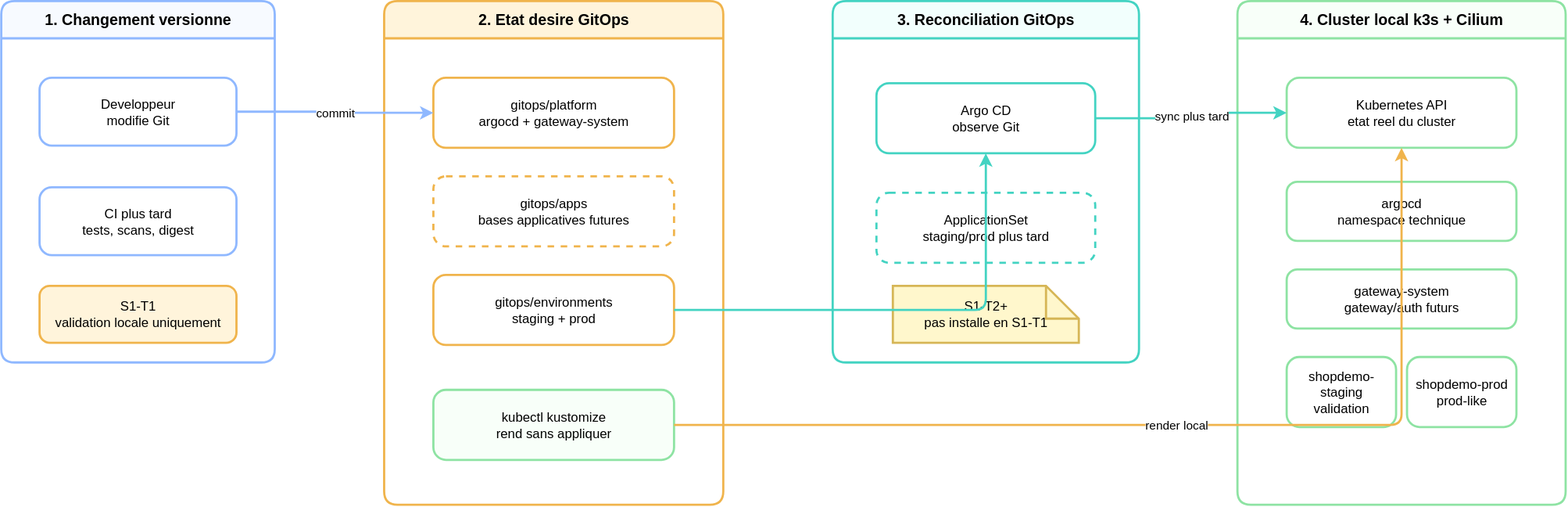
The draw.io diagram docs/diagrams/s1-gitops-local-overview.svg in ClementV78/shop-demo, before a commit. Source tidied: cells renumbered, new cells last; positions are measured from the earlier drawing's top-left corner, leaving out a move shared by most shapes. Source of this version:
```xml
<mxGraphModel>
  <root>
    <mxCell id="0" />
    <mxCell id="1" parent="0" />
    <mxCell id="2" value="1. Changement versionne" style="swimlane;startSize=34;rounded=1;arcSize=12;whiteSpace=wrap;html=1;fontFamily=Helvetica;fontSize=14;fontStyle=1;fillColor=#f7faff;strokeColor=#8fb8ff;strokeWidth=2;" parent="1" vertex="1">
      <mxGeometry width="250" height="330" as="geometry" />
    </mxCell>
    <mxCell id="3" value="Developpeur&#10;modifie Git" style="rounded=1;arcSize=18;whiteSpace=wrap;html=1;fontFamily=Helvetica;fontSize=12;fillColor=#ffffff;strokeColor=#8fb8ff;strokeWidth=2;" parent="2" vertex="1">
      <mxGeometry x="35" y="70" width="180" height="62" as="geometry" />
    </mxCell>
    <mxCell id="4" value="CI plus tard&#10;tests, scans, digest" style="rounded=1;arcSize=18;whiteSpace=wrap;html=1;fontFamily=Helvetica;fontSize=12;fillColor=#ffffff;strokeColor=#8fb8ff;strokeWidth=2;" parent="2" vertex="1">
      <mxGeometry x="35" y="170" width="180" height="62" as="geometry" />
    </mxCell>
    <mxCell id="5" value="S1-T1&#10;validation locale uniquement" style="rounded=1;arcSize=18;whiteSpace=wrap;html=1;fontFamily=Helvetica;fontSize=12;fillColor=#fff4db;strokeColor=#f0b44c;strokeWidth=2;" parent="2" vertex="1">
      <mxGeometry x="35" y="260" width="180" height="52" as="geometry" />
    </mxCell>
    <mxCell id="6" value="2. Etat desire GitOps" style="swimlane;startSize=34;rounded=1;arcSize=12;whiteSpace=wrap;html=1;fontFamily=Helvetica;fontSize=14;fontStyle=1;fillColor=#fff4db;strokeColor=#f0b44c;strokeWidth=2;" parent="1" vertex="1">
      <mxGeometry x="350" width="310" height="460" as="geometry" />
    </mxCell>
    <mxCell id="7" value="gitops/platform&#10;argocd + gateway-system" style="rounded=1;arcSize=18;whiteSpace=wrap;html=1;fontFamily=Helvetica;fontSize=12;fillColor=#ffffff;strokeColor=#f0b44c;strokeWidth=2;" parent="6" vertex="1">
      <mxGeometry x="45" y="70" width="220" height="64" as="geometry" />
    </mxCell>
    <mxCell id="8" value="gitops/apps&#10;bases applicatives futures" style="rounded=1;arcSize=18;dashed=1;whiteSpace=wrap;html=1;fontFamily=Helvetica;fontSize=12;fillColor=#ffffff;strokeColor=#f0b44c;strokeWidth=2;" parent="6" vertex="1">
      <mxGeometry x="45" y="160" width="220" height="64" as="geometry" />
    </mxCell>
    <mxCell id="9" value="gitops/environments&#10;staging + prod" style="rounded=1;arcSize=18;whiteSpace=wrap;html=1;fontFamily=Helvetica;fontSize=12;fillColor=#ffffff;strokeColor=#f0b44c;strokeWidth=2;" parent="6" vertex="1">
      <mxGeometry x="45" y="250" width="220" height="64" as="geometry" />
    </mxCell>
    <mxCell id="10" value="kubectl kustomize&#10;rend sans appliquer" style="rounded=1;arcSize=18;whiteSpace=wrap;html=1;fontFamily=Helvetica;fontSize=12;fillColor=#f8fff9;strokeColor=#8ee3a3;strokeWidth=2;" parent="6" vertex="1">
      <mxGeometry x="45" y="355" width="220" height="64" as="geometry" />
    </mxCell>
    <mxCell id="11" value="3. Reconciliation GitOps" style="swimlane;startSize=34;rounded=1;arcSize=12;whiteSpace=wrap;html=1;fontFamily=Helvetica;fontSize=14;fontStyle=1;fillColor=#f2fffd;strokeColor=#43d3c2;strokeWidth=2;" parent="1" vertex="1">
      <mxGeometry x="760" width="280" height="330" as="geometry" />
    </mxCell>
    <mxCell id="12" value="Argo CD&#10;observe Git" style="rounded=1;arcSize=18;whiteSpace=wrap;html=1;fontFamily=Helvetica;fontSize=12;fillColor=#ffffff;strokeColor=#43d3c2;strokeWidth=2;" parent="11" vertex="1">
      <mxGeometry x="40" y="75" width="200" height="64" as="geometry" />
    </mxCell>
    <mxCell id="13" value="ApplicationSet&#10;staging/prod plus tard" style="rounded=1;arcSize=18;dashed=1;whiteSpace=wrap;html=1;fontFamily=Helvetica;fontSize=12;fillColor=#ffffff;strokeColor=#43d3c2;strokeWidth=2;" parent="11" vertex="1">
      <mxGeometry x="40" y="175" width="200" height="64" as="geometry" />
    </mxCell>
    <mxCell id="14" value="S1-T2+&#10;pas installe en S1-T1" style="shape=note;whiteSpace=wrap;html=1;fontFamily=Helvetica;fontSize=12;fillColor=#fff7cc;strokeColor=#d6b656;strokeWidth=2;" parent="11" vertex="1">
      <mxGeometry x="55" y="260" width="170" height="52" as="geometry" />
    </mxCell>
    <mxCell id="15" value="4. Cluster local k3s + Cilium" style="swimlane;startSize=34;rounded=1;arcSize=12;whiteSpace=wrap;html=1;fontFamily=Helvetica;fontSize=14;fontStyle=1;fillColor=#f8fff9;strokeColor=#8ee3a3;strokeWidth=2;" parent="1" vertex="1">
      <mxGeometry x="1130" width="300" height="460" as="geometry" />
    </mxCell>
    <mxCell id="16" value="Kubernetes API&#10;etat reel du cluster" style="rounded=1;arcSize=18;whiteSpace=wrap;html=1;fontFamily=Helvetica;fontSize=12;fillColor=#ffffff;strokeColor=#8ee3a3;strokeWidth=2;" parent="15" vertex="1">
      <mxGeometry x="45" y="70" width="210" height="64" as="geometry" />
    </mxCell>
    <mxCell id="17" value="argocd&#10;namespace technique" style="rounded=1;arcSize=18;whiteSpace=wrap;html=1;fontFamily=Helvetica;fontSize=12;fillColor=#ffffff;strokeColor=#8ee3a3;strokeWidth=2;" parent="15" vertex="1">
      <mxGeometry x="45" y="165" width="210" height="54" as="geometry" />
    </mxCell>
    <mxCell id="18" value="gateway-system&#10;gateway/auth futurs" style="rounded=1;arcSize=18;whiteSpace=wrap;html=1;fontFamily=Helvetica;fontSize=12;fillColor=#ffffff;strokeColor=#8ee3a3;strokeWidth=2;" parent="15" vertex="1">
      <mxGeometry x="45" y="245" width="210" height="54" as="geometry" />
    </mxCell>
    <mxCell id="19" value="shopdemo-staging&#10;validation" style="rounded=1;arcSize=18;whiteSpace=wrap;html=1;fontFamily=Helvetica;fontSize=12;fillColor=#ffffff;strokeColor=#8ee3a3;strokeWidth=2;" parent="15" vertex="1">
      <mxGeometry x="45" y="325" width="100" height="64" as="geometry" />
    </mxCell>
    <mxCell id="20" value="shopdemo-prod&#10;prod-like" style="rounded=1;arcSize=18;whiteSpace=wrap;html=1;fontFamily=Helvetica;fontSize=12;fillColor=#ffffff;strokeColor=#8ee3a3;strokeWidth=2;" parent="15" vertex="1">
      <mxGeometry x="155" y="325" width="100" height="64" as="geometry" />
    </mxCell>
    <mxCell id="21" value="commit" style="edgeStyle=orthogonalEdgeStyle;rounded=1;jettySize=auto;html=1;labelBackgroundColor=#ffffff;endArrow=classic;endFill=1;strokeColor=#8fb8ff;strokeWidth=2;fontFamily=Helvetica;fontSize=11;" parent="1" edge="1" source="3" target="7">
      <mxGeometry relative="1" as="geometry" />
    </mxCell>
    <mxCell id="22" value="render local" style="edgeStyle=orthogonalEdgeStyle;rounded=1;jettySize=auto;html=1;labelBackgroundColor=#ffffff;endArrow=classic;endFill=1;strokeColor=#f0b44c;strokeWidth=2;fontFamily=Helvetica;fontSize=11;" parent="1" edge="1" source="10" target="16">
      <mxGeometry relative="1" as="geometry" />
    </mxCell>
    <mxCell id="23" style="edgeStyle=orthogonalEdgeStyle;rounded=1;jettySize=auto;html=1;labelBackgroundColor=#ffffff;endArrow=classic;endFill=1;strokeColor=#43d3c2;strokeWidth=2;fontFamily=Helvetica;fontSize=11;" parent="1" edge="1" source="9" target="12">
      <mxGeometry relative="1" as="geometry" />
    </mxCell>
    <mxCell id="24" value="sync plus tard" style="edgeStyle=orthogonalEdgeStyle;rounded=1;jettySize=auto;html=1;labelBackgroundColor=#ffffff;endArrow=classic;endFill=1;strokeColor=#43d3c2;strokeWidth=2;fontFamily=Helvetica;fontSize=11;" parent="1" edge="1" source="12" target="16">
      <mxGeometry relative="1" as="geometry" />
    </mxCell>
  </root>
</mxGraphModel>
```
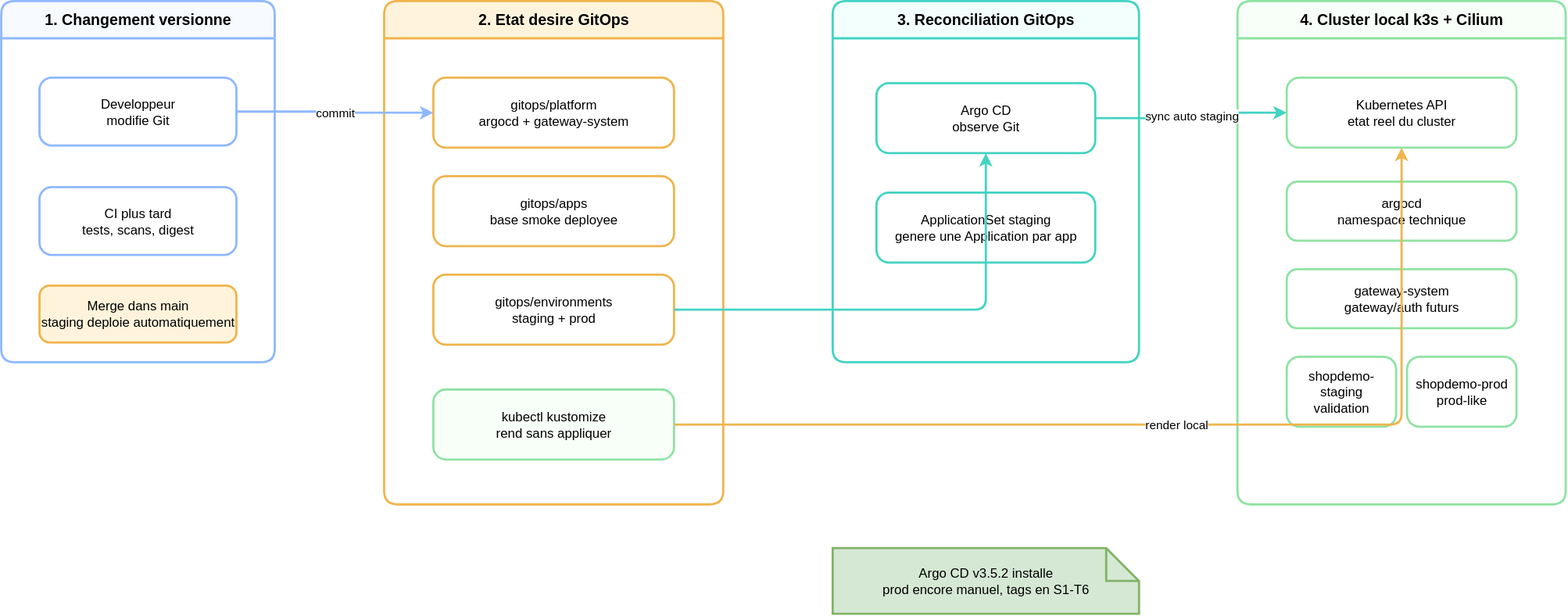
Above is the later version.

Commit message:
Mettre le schema de vue d ensemble a jour et realigner son texte

Diff of the diagram source:
```diff
@@ -11,7 +11,7 @@
     <mxCell id="4" value="CI plus tard&#10;tests, scans, digest" style="rounded=1;arcSize=18;whiteSpace=wrap;html=1;fontFamily=Helvetica;fontSize=12;fillColor=#ffffff;strokeColor=#8fb8ff;strokeWidth=2;" parent="2" vertex="1">
       <mxGeometry x="35" y="170" width="180" height="62" as="geometry" />
     </mxCell>
-    <mxCell id="5" value="S1-T1&#10;validation locale uniquement" style="rounded=1;arcSize=18;whiteSpace=wrap;html=1;fontFamily=Helvetica;fontSize=12;fillColor=#fff4db;strokeColor=#f0b44c;strokeWidth=2;" parent="2" vertex="1">
+    <mxCell id="5" value="Merge dans main&#10;staging deploie automatiquement" style="rounded=1;arcSize=18;whiteSpace=wrap;html=1;fontFamily=Helvetica;fontSize=12;fillColor=#fff4db;strokeColor=#f0b44c;strokeWidth=2;" parent="2" vertex="1">
       <mxGeometry x="35" y="260" width="180" height="52" as="geometry" />
     </mxCell>
     <mxCell id="6" value="2. Etat desire GitOps" style="swimlane;startSize=34;rounded=1;arcSize=12;whiteSpace=wrap;html=1;fontFamily=Helvetica;fontSize=14;fontStyle=1;fillColor=#fff4db;strokeColor=#f0b44c;strokeWidth=2;" parent="1" vertex="1">
@@ -20,7 +20,7 @@
     <mxCell id="7" value="gitops/platform&#10;argocd + gateway-system" style="rounded=1;arcSize=18;whiteSpace=wrap;html=1;fontFamily=Helvetica;fontSize=12;fillColor=#ffffff;strokeColor=#f0b44c;strokeWidth=2;" parent="6" vertex="1">
       <mxGeometry x="45" y="70" width="220" height="64" as="geometry" />
     </mxCell>
-    <mxCell id="8" value="gitops/apps&#10;bases applicatives futures" style="rounded=1;arcSize=18;dashed=1;whiteSpace=wrap;html=1;fontFamily=Helvetica;fontSize=12;fillColor=#ffffff;strokeColor=#f0b44c;strokeWidth=2;" parent="6" vertex="1">
+    <mxCell id="8" value="gitops/apps&#10;base smoke deployee" style="rounded=1;arcSize=18;whiteSpace=wrap;html=1;fontFamily=Helvetica;fontSize=12;fillColor=#ffffff;strokeColor=#f0b44c;strokeWidth=2;" parent="6" vertex="1">
       <mxGeometry x="45" y="160" width="220" height="64" as="geometry" />
     </mxCell>
     <mxCell id="9" value="gitops/environments&#10;staging + prod" style="rounded=1;arcSize=18;whiteSpace=wrap;html=1;fontFamily=Helvetica;fontSize=12;fillColor=#ffffff;strokeColor=#f0b44c;strokeWidth=2;" parent="6" vertex="1">
@@ -35,11 +35,11 @@
     <mxCell id="12" value="Argo CD&#10;observe Git" style="rounded=1;arcSize=18;whiteSpace=wrap;html=1;fontFamily=Helvetica;fontSize=12;fillColor=#ffffff;strokeColor=#43d3c2;strokeWidth=2;" parent="11" vertex="1">
       <mxGeometry x="40" y="75" width="200" height="64" as="geometry" />
     </mxCell>
-    <mxCell id="13" value="ApplicationSet&#10;staging/prod plus tard" style="rounded=1;arcSize=18;dashed=1;whiteSpace=wrap;html=1;fontFamily=Helvetica;fontSize=12;fillColor=#ffffff;strokeColor=#43d3c2;strokeWidth=2;" parent="11" vertex="1">
+    <mxCell id="13" value="ApplicationSet staging&#10;genere une Application par app" style="rounded=1;arcSize=18;whiteSpace=wrap;html=1;fontFamily=Helvetica;fontSize=12;fillColor=#ffffff;strokeColor=#43d3c2;strokeWidth=2;" parent="11" vertex="1">
       <mxGeometry x="40" y="175" width="200" height="64" as="geometry" />
     </mxCell>
-    <mxCell id="14" value="S1-T2+&#10;pas installe en S1-T1" style="shape=note;whiteSpace=wrap;html=1;fontFamily=Helvetica;fontSize=12;fillColor=#fff7cc;strokeColor=#d6b656;strokeWidth=2;" parent="11" vertex="1">
-      <mxGeometry x="55" y="260" width="170" height="52" as="geometry" />
+    <mxCell id="14" value="Argo CD v3.5.2 installe&#10;prod encore manuel, tags en S1-T6" style="shape=note;whiteSpace=wrap;html=1;fontFamily=Helvetica;fontSize=12;fillColor=#d5e8d4;strokeColor=#82b366;strokeWidth=2;" parent="1" vertex="1">
+      <mxGeometry x="760" y="500" width="280" height="60" as="geometry" />
     </mxCell>
     <mxCell id="15" value="4. Cluster local k3s + Cilium" style="swimlane;startSize=34;rounded=1;arcSize=12;whiteSpace=wrap;html=1;fontFamily=Helvetica;fontSize=14;fontStyle=1;fillColor=#f8fff9;strokeColor=#8ee3a3;strokeWidth=2;" parent="1" vertex="1">
       <mxGeometry x="1130" width="300" height="460" as="geometry" />
@@ -68,7 +68,7 @@
     <mxCell id="23" style="edgeStyle=orthogonalEdgeStyle;rounded=1;jettySize=auto;html=1;labelBackgroundColor=#ffffff;endArrow=classic;endFill=1;strokeColor=#43d3c2;strokeWidth=2;fontFamily=Helvetica;fontSize=11;" parent="1" edge="1" source="9" target="12">
       <mxGeometry relative="1" as="geometry" />
     </mxCell>
-    <mxCell id="24" value="sync plus tard" style="edgeStyle=orthogonalEdgeStyle;rounded=1;jettySize=auto;html=1;labelBackgroundColor=#ffffff;endArrow=classic;endFill=1;strokeColor=#43d3c2;strokeWidth=2;fontFamily=Helvetica;fontSize=11;" parent="1" edge="1" source="12" target="16">
+    <mxCell id="24" value="sync auto staging" style="edgeStyle=orthogonalEdgeStyle;rounded=1;jettySize=auto;html=1;labelBackgroundColor=#ffffff;endArrow=classic;endFill=1;strokeColor=#43d3c2;strokeWidth=2;fontFamily=Helvetica;fontSize=11;" parent="1" edge="1" source="12" target="16">
       <mxGeometry relative="1" as="geometry" />
     </mxCell>
   </root>
```
